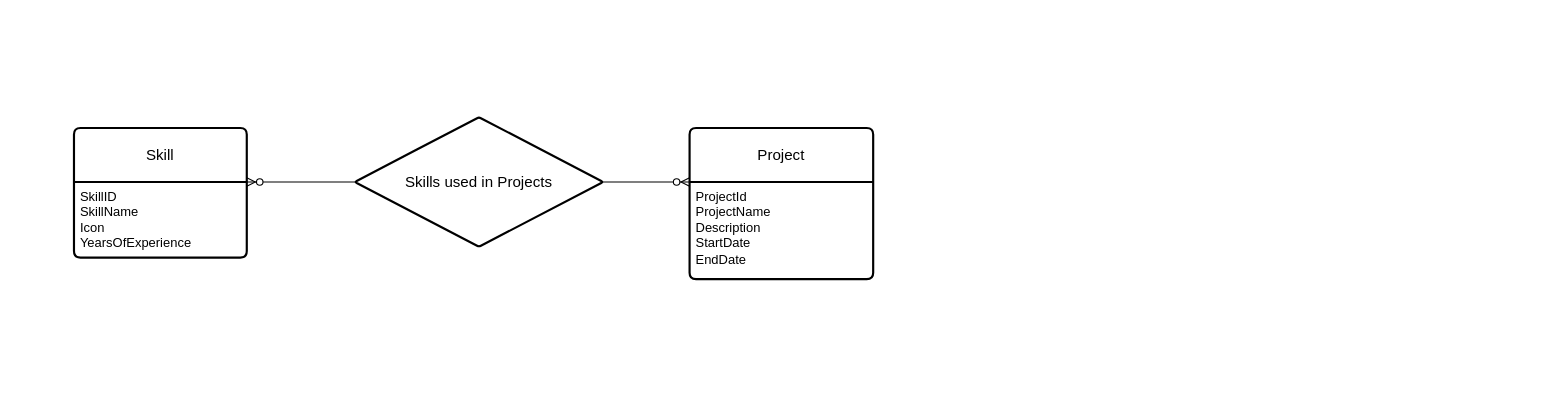
The draw.io diagram ERDiagram-Skillspage.drawio in pau85/drawIoDatabaseDiagram, before the edit. Source tidied: cells renumbered, new cells numbered last; positions are measured from the earlier drawing's top-left corner, leaving out a move shared by most shapes. Both pictures are drawn from the tidied source at 108%, with x=0, y=0 at pixel (73, 117).
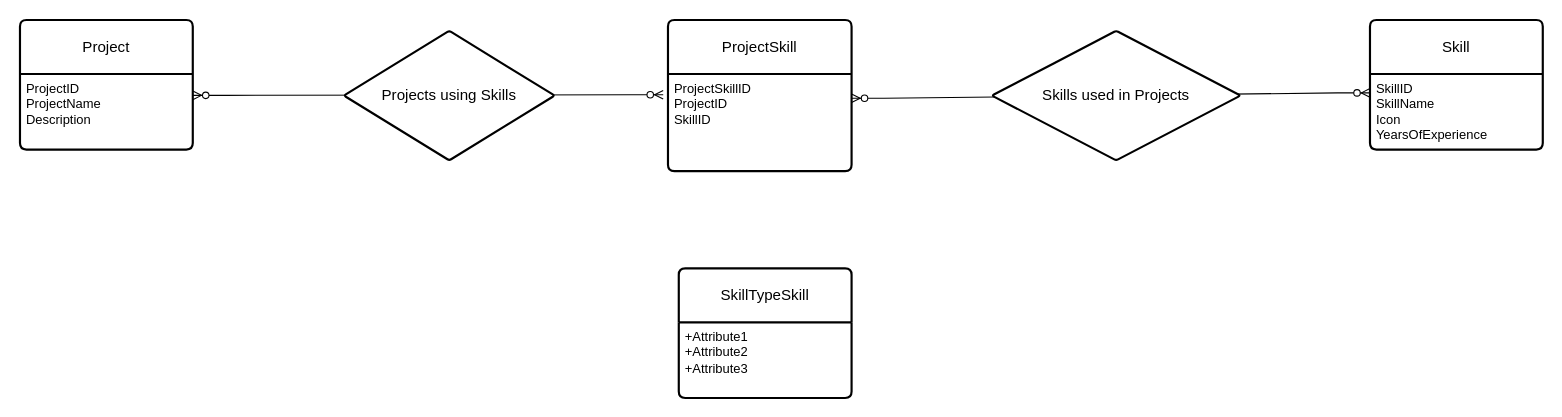
Above is the later version.

The edit, as a diff of the source:
```diff
@@
 <mxGraphModel>
   <root>
     <mxCell id="0" />
     <mxCell id="1" parent="0" />
     <mxCell id="2" value="Skill" style="swimlane;horizontal=1;startSize=50;rounded=1;fontSize=14;fontStyle=0;strokeWidth=2;shadow=0;dashed=0;align=center;arcSize=4;whiteSpace=wrap;html=1;" parent="1" vertex="1">
-      <mxGeometry y="10" width="160" height="120" as="geometry" />
+      <mxGeometry x="1200" y="-90" width="160" height="120" as="geometry" />
     </mxCell>
     <mxCell id="3" value="SkillID&lt;div&gt;SkillName&lt;/div&gt;&lt;div&gt;Icon&lt;/div&gt;&lt;div&gt;YearsOfExperience&lt;/div&gt;" style="align=left;strokeColor=none;fillColor=none;spacingLeft=4;fontSize=12;verticalAlign=top;html=1;" parent="2" vertex="1">
       <mxGeometry y="50" width="160" height="70" as="geometry" />
     </mxCell>
-    <mxCell id="4" value="Project" style="swimlane;horizontal=1;startSize=50;rounded=1;fontSize=14;fontStyle=0;strokeWidth=2;shadow=0;dashed=0;align=center;arcSize=4;whiteSpace=wrap;html=1;" parent="1" vertex="1">
-      <mxGeometry x="570" y="10" width="170" height="140" as="geometry" />
+    <mxCell id="4" value="ProjectSkill" style="swimlane;horizontal=1;startSize=50;rounded=1;fontSize=14;fontStyle=0;strokeWidth=2;shadow=0;dashed=0;align=center;arcSize=4;whiteSpace=wrap;html=1;" parent="1" vertex="1">
+      <mxGeometry x="550" y="-90" width="170" height="140" as="geometry" />
     </mxCell>
-    <mxCell id="5" value="ProjectId&lt;div&gt;ProjectName&lt;/div&gt;&lt;div&gt;Description&lt;/div&gt;&lt;div&gt;StartDate&lt;/div&gt;&lt;div&gt;EndDate&lt;/div&gt;&lt;div&gt;&lt;br&gt;&lt;/div&gt;" style="align=left;strokeColor=none;fillColor=none;spacingLeft=4;fontSize=12;verticalAlign=top;html=1;" parent="4" vertex="1">
+    <mxCell id="5" value="ProjectSkillID&lt;div&gt;ProjectID&lt;/div&gt;&lt;div&gt;SkillID&lt;/div&gt;" style="align=left;strokeColor=none;fillColor=none;spacingLeft=4;fontSize=12;verticalAlign=top;html=1;" parent="4" vertex="1">
       <mxGeometry y="50" width="170" height="90" as="geometry" />
     </mxCell>
-    <mxCell id="6" style="edgeStyle=entityRelationEdgeStyle;fontSize=12;html=1;endArrow=ERzeroToMany;endFill=1;startArrow=ERzeroToMany;rounded=0;exitX=1;exitY=0;exitDx=0;exitDy=0;" parent="1" edge="1" source="3">
+    <mxCell id="6" style="edgeStyle=entityRelationEdgeStyle;fontSize=12;html=1;endArrow=ERzeroToMany;endFill=1;startArrow=ERzeroToMany;rounded=0;entryX=0;entryY=0.25;entryDx=0;entryDy=0;exitX=1;exitY=0.25;exitDx=0;exitDy=0;" parent="1" edge="1" source="5" target="3">
       <mxGeometry relative="1" as="geometry">
-        <mxPoint x="570" y="60" as="targetPoint" />
         <Array as="points">
-          <mxPoint x="400" />
+          <mxPoint y="390" />
         </Array>
       </mxGeometry>
     </mxCell>
     <mxCell id="7" value="Skills used in Projects" style="rhombus;whiteSpace=wrap;html=1;fontSize=14;fontStyle=0;startSize=50;rounded=1;strokeWidth=2;shadow=0;dashed=0;arcSize=4;resize=1;" parent="1" vertex="1">
-      <mxGeometry x="260" width="230" height="120" as="geometry" />
+      <mxGeometry x="850" y="-80" width="230" height="120" as="geometry" />
     </mxCell>
+    <mxCell id="8" value="Project" style="swimlane;horizontal=1;startSize=50;rounded=1;fontSize=14;fontStyle=0;strokeWidth=2;shadow=0;dashed=0;align=center;arcSize=4;whiteSpace=wrap;html=1;" parent="1" vertex="1">
+      <mxGeometry x="-50" y="-90" width="160" height="120" as="geometry" />
+    </mxCell>
+    <mxCell id="9" value="ProjectID&lt;div&gt;ProjectName&lt;/div&gt;&lt;div&gt;Description&lt;/div&gt;&lt;div&gt;&lt;br&gt;&lt;/div&gt;" style="align=left;strokeColor=none;fillColor=none;spacingLeft=4;fontSize=12;verticalAlign=top;html=1;" parent="8" vertex="1">
+      <mxGeometry y="50" width="160" height="70" as="geometry" />
+    </mxCell>
+    <mxCell id="10" value="SkillTypeSkill" style="swimlane;horizontal=1;startSize=50;rounded=1;fontSize=14;fontStyle=0;strokeWidth=2;shadow=0;dashed=0;align=center;arcSize=4;whiteSpace=wrap;html=1;" parent="1" vertex="1">
+      <mxGeometry x="560" y="140" width="160" height="120" as="geometry" />
+    </mxCell>
+    <mxCell id="11" value="+Attribute1&#10;+Attribute2&#10;+Attribute3" style="align=left;strokeColor=none;fillColor=none;spacingLeft=4;fontSize=12;verticalAlign=top;html=1;" parent="10" vertex="1">
+      <mxGeometry y="50" width="160" height="70" as="geometry" />
+    </mxCell>
+    <mxCell id="12" style="edgeStyle=entityRelationEdgeStyle;fontSize=12;html=1;endArrow=ERzeroToMany;endFill=1;startArrow=ERzeroToMany;rounded=0;entryX=-0.026;entryY=0.214;entryDx=0;entryDy=0;entryPerimeter=0;" parent="1" edge="1" target="5">
+      <mxGeometry relative="1" as="geometry">
+        <mxPoint x="110" y="-20.2" as="sourcePoint" />
+        <Array as="points">
+          <mxPoint x="-615" y="368.8" />
+        </Array>
+      </mxGeometry>
+    </mxCell>
+    <mxCell id="13" value="Projects using Skills" style="rhombus;whiteSpace=wrap;html=1;fontSize=14;fontStyle=0;startSize=50;rounded=1;strokeWidth=2;shadow=0;dashed=0;arcSize=4;" parent="1" vertex="1">
+      <mxGeometry x="250" y="-80" width="195" height="120" as="geometry" />
+    </mxCell>
   </root>
 </mxGraphModel>
```
